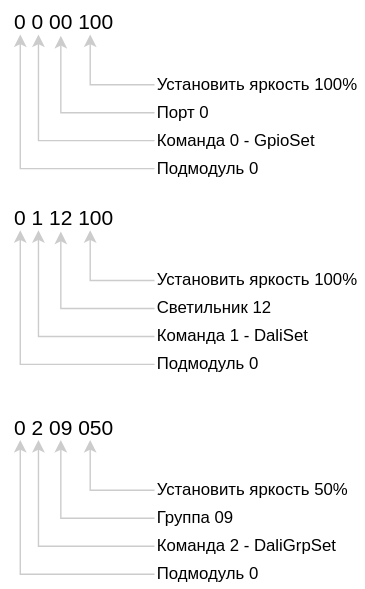
Above: docs/light/gpio/direct_command.svg in atitoff/CSH4 (draw.io), before the change. Source tidied: cells renumbered, new cells last; positions are measured from the earlier drawing's top-left corner, leaving out a move shared by most shapes. The source it was exported from:
```xml
<mxGraphModel>
  <root>
    <mxCell id="0" />
    <mxCell id="1" parent="0" />
    <mxCell id="2" value="0 0 00 100" style="text;html=1;align=center;verticalAlign=middle;strokeColor=none;fillColor=none;fontSize=15;" parent="1" vertex="1">
      <mxGeometry width="90" height="30" as="geometry" />
    </mxCell>
    <mxCell id="3" style="endArrow=classic;html=1;rounded=0;fontSize=15;fillColor=#f5f5f5;strokeColor=#CCCCCC;edgeStyle=orthogonalEdgeStyle;exitX=0;exitY=0.5;exitDx=0;exitDy=0;" parent="1" edge="1" source="8">
      <mxGeometry relative="1" as="geometry">
        <mxPoint x="14" y="24" as="targetPoint" />
      </mxGeometry>
    </mxCell>
    <mxCell id="4" style="endArrow=classic;html=1;rounded=0;fontSize=15;fillColor=#f5f5f5;strokeColor=#CCCCCC;exitX=0;exitY=0.5;exitDx=0;exitDy=0;" parent="1" edge="1" source="6">
      <mxGeometry relative="1" as="geometry">
        <mxPoint x="64" y="24" as="targetPoint" />
        <Array as="points">
          <mxPoint x="64" y="60" />
        </Array>
      </mxGeometry>
    </mxCell>
    <mxCell id="5" style="endArrow=classic;html=1;rounded=0;fontSize=15;fillColor=#f5f5f5;strokeColor=#CCCCCC;edgeStyle=orthogonalEdgeStyle;exitX=0;exitY=0.5;exitDx=0;exitDy=0;" parent="1" edge="1" source="7">
      <mxGeometry relative="1" as="geometry">
        <mxPoint x="43" y="25" as="targetPoint" />
        <Array as="points">
          <mxPoint x="43" y="80" />
        </Array>
      </mxGeometry>
    </mxCell>
    <mxCell id="6" value="Установить яркость 100%" style="rounded=0;whiteSpace=wrap;html=1;fontSize=12;fillColor=none;strokeColor=none;align=left;" parent="1" vertex="1">
      <mxGeometry x="110" y="50" width="150" height="20" as="geometry" />
    </mxCell>
    <mxCell id="7" value="Порт 0" style="rounded=0;whiteSpace=wrap;html=1;fontSize=12;fillColor=none;strokeColor=none;align=left;" parent="1" vertex="1">
      <mxGeometry x="110" y="70" width="60" height="20" as="geometry" />
    </mxCell>
    <mxCell id="8" value="Подмодуль 0" style="rounded=0;whiteSpace=wrap;html=1;fontSize=12;fillColor=none;strokeColor=none;align=left;" parent="1" vertex="1">
      <mxGeometry x="110" y="110" width="90" height="20" as="geometry" />
    </mxCell>
    <mxCell id="9" style="endArrow=classic;html=1;rounded=0;fontSize=15;fillColor=#f5f5f5;strokeColor=#CCCCCC;edgeStyle=orthogonalEdgeStyle;exitX=0;exitY=0.5;exitDx=0;exitDy=0;" parent="1" edge="1" source="10">
      <mxGeometry relative="1" as="geometry">
        <mxPoint x="27" y="24" as="targetPoint" />
        <Array as="points">
          <mxPoint x="27" y="100" />
        </Array>
      </mxGeometry>
    </mxCell>
    <mxCell id="10" value="Команда 0 - GpioSet" style="rounded=0;whiteSpace=wrap;html=1;fontSize=12;fillColor=none;strokeColor=none;align=left;" parent="1" vertex="1">
      <mxGeometry x="110" y="90" width="140" height="20" as="geometry" />
    </mxCell>
    <mxCell id="11" value="0 1 12 100" style="text;html=1;align=center;verticalAlign=middle;strokeColor=none;fillColor=none;fontSize=15;" parent="1" vertex="1">
      <mxGeometry y="140" width="90" height="30" as="geometry" />
    </mxCell>
    <mxCell id="12" style="endArrow=classic;html=1;rounded=0;fontSize=15;fillColor=#f5f5f5;strokeColor=#CCCCCC;edgeStyle=orthogonalEdgeStyle;exitX=0;exitY=0.5;exitDx=0;exitDy=0;" parent="1" edge="1" source="17">
      <mxGeometry relative="1" as="geometry">
        <mxPoint x="14" y="164" as="targetPoint" />
      </mxGeometry>
    </mxCell>
    <mxCell id="13" style="endArrow=classic;html=1;rounded=0;fontSize=15;fillColor=#f5f5f5;strokeColor=#CCCCCC;exitX=0;exitY=0.5;exitDx=0;exitDy=0;" parent="1" edge="1" source="15">
      <mxGeometry relative="1" as="geometry">
        <mxPoint x="64" y="164" as="targetPoint" />
        <Array as="points">
          <mxPoint x="64" y="200" />
        </Array>
      </mxGeometry>
    </mxCell>
    <mxCell id="14" style="endArrow=classic;html=1;rounded=0;fontSize=15;fillColor=#f5f5f5;strokeColor=#CCCCCC;edgeStyle=orthogonalEdgeStyle;exitX=0;exitY=0.5;exitDx=0;exitDy=0;" parent="1" edge="1" source="16">
      <mxGeometry relative="1" as="geometry">
        <mxPoint x="43" y="165" as="targetPoint" />
        <Array as="points">
          <mxPoint x="43" y="220" />
        </Array>
      </mxGeometry>
    </mxCell>
    <mxCell id="15" value="Установить яркость 100%" style="rounded=0;whiteSpace=wrap;html=1;fontSize=12;fillColor=none;strokeColor=none;align=left;" parent="1" vertex="1">
      <mxGeometry x="110" y="190" width="150" height="20" as="geometry" />
    </mxCell>
    <mxCell id="16" value="Светильник 12" style="rounded=0;whiteSpace=wrap;html=1;fontSize=12;fillColor=none;strokeColor=none;align=left;" parent="1" vertex="1">
      <mxGeometry x="110" y="210" width="90" height="20" as="geometry" />
    </mxCell>
    <mxCell id="17" value="Подмодуль 0" style="rounded=0;whiteSpace=wrap;html=1;fontSize=12;fillColor=none;strokeColor=none;align=left;" parent="1" vertex="1">
      <mxGeometry x="110" y="250" width="90" height="20" as="geometry" />
    </mxCell>
    <mxCell id="18" style="endArrow=classic;html=1;rounded=0;fontSize=15;fillColor=#f5f5f5;strokeColor=#CCCCCC;edgeStyle=orthogonalEdgeStyle;exitX=0;exitY=0.5;exitDx=0;exitDy=0;" parent="1" edge="1" source="19">
      <mxGeometry relative="1" as="geometry">
        <mxPoint x="27" y="164" as="targetPoint" />
        <Array as="points">
          <mxPoint x="27" y="240" />
        </Array>
      </mxGeometry>
    </mxCell>
    <mxCell id="19" value="Команда 1 - DaliSet" style="rounded=0;whiteSpace=wrap;html=1;fontSize=12;fillColor=none;strokeColor=none;align=left;" parent="1" vertex="1">
      <mxGeometry x="110" y="230" width="140" height="20" as="geometry" />
    </mxCell>
    <mxCell id="20" value="0 2 09 050" style="text;html=1;align=center;verticalAlign=middle;strokeColor=none;fillColor=none;fontSize=15;" parent="1" vertex="1">
      <mxGeometry y="290" width="90" height="30" as="geometry" />
    </mxCell>
    <mxCell id="21" style="endArrow=classic;html=1;rounded=0;fontSize=15;fillColor=#f5f5f5;strokeColor=#CCCCCC;edgeStyle=orthogonalEdgeStyle;exitX=0;exitY=0.5;exitDx=0;exitDy=0;" parent="1" edge="1" source="26">
      <mxGeometry relative="1" as="geometry">
        <mxPoint x="14" y="314" as="targetPoint" />
      </mxGeometry>
    </mxCell>
    <mxCell id="22" style="endArrow=classic;html=1;rounded=0;fontSize=15;fillColor=#f5f5f5;strokeColor=#CCCCCC;exitX=0;exitY=0.5;exitDx=0;exitDy=0;" parent="1" edge="1" source="24">
      <mxGeometry relative="1" as="geometry">
        <mxPoint x="64" y="314" as="targetPoint" />
        <Array as="points">
          <mxPoint x="64" y="350" />
        </Array>
      </mxGeometry>
    </mxCell>
    <mxCell id="23" style="endArrow=classic;html=1;rounded=0;fontSize=15;fillColor=#f5f5f5;strokeColor=#CCCCCC;edgeStyle=orthogonalEdgeStyle;exitX=0;exitY=0.5;exitDx=0;exitDy=0;" parent="1" edge="1" source="25">
      <mxGeometry relative="1" as="geometry">
        <mxPoint x="43" y="314" as="targetPoint" />
        <Array as="points">
          <mxPoint x="43" y="370" />
        </Array>
      </mxGeometry>
    </mxCell>
    <mxCell id="24" value="Установить яркость 50%" style="rounded=0;whiteSpace=wrap;html=1;fontSize=12;fillColor=none;strokeColor=none;align=left;" parent="1" vertex="1">
      <mxGeometry x="110" y="340" width="150" height="20" as="geometry" />
    </mxCell>
    <mxCell id="25" value="Группа 09" style="rounded=0;whiteSpace=wrap;html=1;fontSize=12;fillColor=none;strokeColor=none;align=left;" parent="1" vertex="1">
      <mxGeometry x="110" y="360" width="80" height="20" as="geometry" />
    </mxCell>
    <mxCell id="26" value="Подмодуль 0" style="rounded=0;whiteSpace=wrap;html=1;fontSize=12;fillColor=none;strokeColor=none;align=left;" parent="1" vertex="1">
      <mxGeometry x="110" y="400" width="90" height="20" as="geometry" />
    </mxCell>
    <mxCell id="27" style="endArrow=classic;html=1;rounded=0;fontSize=15;fillColor=#f5f5f5;strokeColor=#CCCCCC;edgeStyle=orthogonalEdgeStyle;exitX=0;exitY=0.5;exitDx=0;exitDy=0;" parent="1" edge="1" source="28">
      <mxGeometry relative="1" as="geometry">
        <mxPoint x="27" y="314" as="targetPoint" />
        <Array as="points">
          <mxPoint x="27" y="390" />
        </Array>
      </mxGeometry>
    </mxCell>
    <mxCell id="28" value="Команда 2 - DaliGrpSet" style="rounded=0;whiteSpace=wrap;html=1;fontSize=12;fillColor=none;strokeColor=none;align=left;" parent="1" vertex="1">
      <mxGeometry x="110" y="380" width="140" height="20" as="geometry" />
    </mxCell>
  </root>
</mxGraphModel>
```
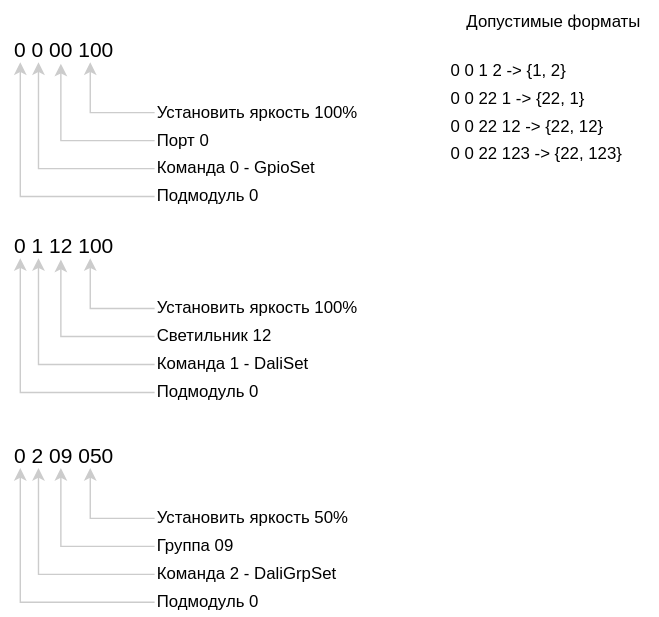
Above is the later version.

Change to the diagram source:
```diff
@@ -134,5 +134,20 @@
     <mxCell id="28" value="Команда 2 - DaliGrpSet" style="rounded=0;whiteSpace=wrap;html=1;fontSize=12;fillColor=none;strokeColor=none;align=left;" parent="1" vertex="1">
       <mxGeometry x="110" y="380" width="140" height="20" as="geometry" />
     </mxCell>
+    <mxCell id="29" value="0 0 1 2 -&amp;gt; {1, 2}" style="rounded=0;whiteSpace=wrap;html=1;align=left;fillColor=none;strokeColor=none;" parent="1" vertex="1">
+      <mxGeometry x="320" y="20" width="150" height="20" as="geometry" />
+    </mxCell>
+    <mxCell id="30" value="Допустимые форматы" style="text;html=1;align=center;verticalAlign=middle;strokeColor=none;fillColor=none;" parent="1" vertex="1">
+      <mxGeometry x="320" y="-20" width="150" height="30" as="geometry" />
+    </mxCell>
+    <mxCell id="31" value="0 0 22 1 -&amp;gt; {22, 1}" style="rounded=0;whiteSpace=wrap;html=1;align=left;fillColor=none;strokeColor=none;" parent="1" vertex="1">
+      <mxGeometry x="320" y="40" width="150" height="20" as="geometry" />
+    </mxCell>
+    <mxCell id="32" value="0 0 22 12 -&amp;gt; {22, 12}" style="rounded=0;whiteSpace=wrap;html=1;align=left;fillColor=none;strokeColor=none;" parent="1" vertex="1">
+      <mxGeometry x="320" y="60" width="150" height="20" as="geometry" />
+    </mxCell>
+    <mxCell id="33" value="0 0 22 123 -&amp;gt; {22, 123}" style="rounded=0;whiteSpace=wrap;html=1;align=left;fillColor=none;strokeColor=none;" parent="1" vertex="1">
+      <mxGeometry x="320" y="80" width="150" height="20" as="geometry" />
+    </mxCell>
   </root>
 </mxGraphModel>
```
